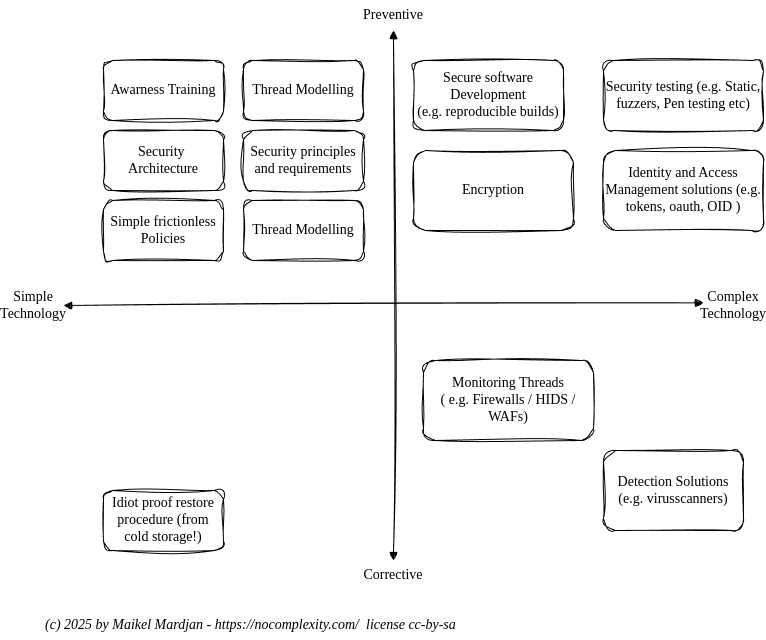
Before: images/shift_left_simplifysecurity.png, a diagram exported from draw.io (nocomplexity/simplifysecurity). Source tidied: cells renumbered, new cells last; positions are measured from the earlier drawing's top-left corner, leaving out a move shared by most shapes. The source it was exported from:
```xml
<mxGraphModel>
  <root>
    <mxCell id="0" />
    <mxCell id="1" parent="0" />
    <mxCell id="2" style="endArrow=block;html=1;rounded=0;endFill=1;startArrow=block;startFill=1;fontFamily=Comic Sans MS;fontSize=14;sketch=1;curveFitting=1;jiggle=2;" parent="1" edge="1">
      <mxGeometry relative="1" as="geometry">
        <mxPoint x="390" y="560" as="sourcePoint" />
        <mxPoint x="390" y="30" as="targetPoint" />
      </mxGeometry>
    </mxCell>
    <mxCell id="3" style="endArrow=block;html=1;rounded=0;endFill=1;startArrow=block;startFill=1;fontFamily=Comic Sans MS;fontSize=14;sketch=1;curveFitting=1;jiggle=2;" parent="1" edge="1">
      <mxGeometry relative="1" as="geometry">
        <mxPoint x="60" y="305" as="sourcePoint" />
        <mxPoint x="700" y="302.3" as="targetPoint" />
      </mxGeometry>
    </mxCell>
    <mxCell id="4" value="Simple Technology" style="text;html=1;align=center;verticalAlign=middle;whiteSpace=wrap;rounded=0;fontFamily=Comic Sans MS;fontSize=14;sketch=1;curveFitting=1;jiggle=2;" parent="1" vertex="1">
      <mxGeometry y="290" width="60" height="30" as="geometry" />
    </mxCell>
    <mxCell id="5" value="Complex Technology" style="text;html=1;align=center;verticalAlign=middle;whiteSpace=wrap;rounded=0;fontFamily=Comic Sans MS;fontSize=14;sketch=1;curveFitting=1;jiggle=2;" parent="1" vertex="1">
      <mxGeometry x="700" y="290" width="60" height="30" as="geometry" />
    </mxCell>
    <mxCell id="6" value="Preventive" style="text;html=1;align=center;verticalAlign=middle;whiteSpace=wrap;rounded=0;fontFamily=Comic Sans MS;fontSize=14;sketch=1;curveFitting=1;jiggle=2;" parent="1" vertex="1">
      <mxGeometry x="320" width="140" height="30" as="geometry" />
    </mxCell>
    <mxCell id="7" value="&lt;font style=&quot;font-size: 14px;&quot;&gt;&lt;i&gt;(c) 2025 by Maikel Mardjan -&amp;nbsp;https://nocomplexity.com/&amp;nbsp; license cc-by-sa&amp;nbsp;&lt;/i&gt;&lt;/font&gt;" style="text;html=1;align=left;verticalAlign=middle;whiteSpace=wrap;rounded=0;fontFamily=Comic Sans MS;" parent="1" vertex="1">
      <mxGeometry x="40" y="610" width="500" height="30" as="geometry" />
    </mxCell>
    <mxCell id="8" value="Security&amp;nbsp;&lt;div&gt;Architecture&lt;/div&gt;" style="rounded=1;whiteSpace=wrap;html=1;fontFamily=Comic Sans MS;fontSize=14;sketch=1;curveFitting=1;jiggle=2;" parent="1" vertex="1">
      <mxGeometry x="100" y="130" width="120" height="60" as="geometry" />
    </mxCell>
    <mxCell id="9" value="Monitoring Threads&lt;div&gt;( e.g. Firewalls / HIDS / WAFs)&lt;/div&gt;" style="rounded=1;whiteSpace=wrap;html=1;fontFamily=Comic Sans MS;fontSize=14;sketch=1;curveFitting=1;jiggle=2;" parent="1" vertex="1">
      <mxGeometry x="420" y="360" width="170" height="80" as="geometry" />
    </mxCell>
    <mxCell id="10" value="Detection Solutions&lt;div&gt;(e.g. virusscanners)&lt;/div&gt;" style="rounded=1;whiteSpace=wrap;html=1;fontFamily=Comic Sans MS;fontSize=14;sketch=1;curveFitting=1;jiggle=2;" parent="1" vertex="1">
      <mxGeometry x="600" y="450" width="140" height="80" as="geometry" />
    </mxCell>
    <mxCell id="11" value="Awarness Training" style="rounded=1;whiteSpace=wrap;html=1;fontFamily=Comic Sans MS;fontSize=14;sketch=1;curveFitting=1;jiggle=2;" parent="1" vertex="1">
      <mxGeometry x="100" y="60" width="120" height="60" as="geometry" />
    </mxCell>
    <mxCell id="12" value="Simple frictionless Policies" style="rounded=1;whiteSpace=wrap;html=1;fontFamily=Comic Sans MS;fontSize=14;sketch=1;curveFitting=1;jiggle=2;" parent="1" vertex="1">
      <mxGeometry x="100" y="200" width="120" height="60" as="geometry" />
    </mxCell>
    <mxCell id="13" value="Thread Modelling" style="rounded=1;whiteSpace=wrap;html=1;fontFamily=Comic Sans MS;fontSize=14;sketch=1;curveFitting=1;jiggle=2;" parent="1" vertex="1">
      <mxGeometry x="240" y="60" width="120" height="60" as="geometry" />
    </mxCell>
    <mxCell id="14" value="Corrective" style="text;html=1;align=center;verticalAlign=middle;whiteSpace=wrap;rounded=0;fontFamily=Comic Sans MS;fontSize=14;sketch=1;curveFitting=1;jiggle=2;" parent="1" vertex="1">
      <mxGeometry x="320" y="560" width="140" height="30" as="geometry" />
    </mxCell>
    <mxCell id="15" value="Secure software Development&lt;div&gt;(e.g. reproducible builds)&lt;/div&gt;" style="rounded=1;whiteSpace=wrap;html=1;fontFamily=Comic Sans MS;fontSize=14;sketch=1;curveFitting=1;jiggle=2;" parent="1" vertex="1">
      <mxGeometry x="410" y="60" width="150" height="70" as="geometry" />
    </mxCell>
    <mxCell id="16" value="Idiot proof restore procedure (from cold storage!)" style="rounded=1;whiteSpace=wrap;html=1;fontFamily=Comic Sans MS;fontSize=14;sketch=1;curveFitting=1;jiggle=2;" parent="1" vertex="1">
      <mxGeometry x="100" y="490" width="120" height="60" as="geometry" />
    </mxCell>
    <mxCell id="17" value="Encryption" style="rounded=1;whiteSpace=wrap;html=1;fontFamily=Comic Sans MS;fontSize=14;sketch=1;curveFitting=1;jiggle=2;" parent="1" vertex="1">
      <mxGeometry x="410" y="150" width="160" height="80" as="geometry" />
    </mxCell>
    <mxCell id="18" value="Identity and Access Management solutions (e.g. tokens, oauth, OID )" style="rounded=1;whiteSpace=wrap;html=1;fontFamily=Comic Sans MS;fontSize=14;sketch=1;curveFitting=1;jiggle=2;" parent="1" vertex="1">
      <mxGeometry x="600" y="150" width="160" height="80" as="geometry" />
    </mxCell>
    <mxCell id="19" value="Security principles and requirements" style="rounded=1;whiteSpace=wrap;html=1;fontFamily=Comic Sans MS;fontSize=14;sketch=1;curveFitting=1;jiggle=2;" parent="1" vertex="1">
      <mxGeometry x="240" y="130" width="120" height="60" as="geometry" />
    </mxCell>
    <mxCell id="20" value="Thread Modelling" style="rounded=1;whiteSpace=wrap;html=1;fontFamily=Comic Sans MS;fontSize=14;sketch=1;curveFitting=1;jiggle=2;" parent="1" vertex="1">
      <mxGeometry x="240" y="200" width="120" height="60" as="geometry" />
    </mxCell>
    <mxCell id="21" value="Security testing (e.g. Static, fuzzers, Pen testing etc)" style="rounded=1;whiteSpace=wrap;html=1;fontFamily=Comic Sans MS;fontSize=14;sketch=1;curveFitting=1;jiggle=2;" parent="1" vertex="1">
      <mxGeometry x="600" y="60" width="160" height="70" as="geometry" />
    </mxCell>
  </root>
</mxGraphModel>
```
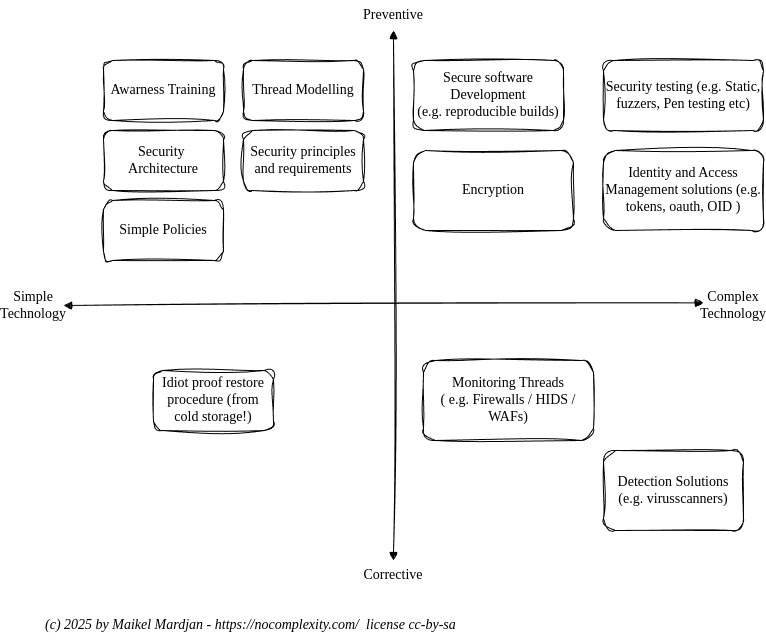
Later version of the same file.

Change to the diagram source:
```diff
@@ -38,7 +38,7 @@
     <mxCell id="11" value="Awarness Training" style="rounded=1;whiteSpace=wrap;html=1;fontFamily=Comic Sans MS;fontSize=14;sketch=1;curveFitting=1;jiggle=2;" parent="1" vertex="1">
       <mxGeometry x="100" y="60" width="120" height="60" as="geometry" />
     </mxCell>
-    <mxCell id="12" value="Simple frictionless Policies" style="rounded=1;whiteSpace=wrap;html=1;fontFamily=Comic Sans MS;fontSize=14;sketch=1;curveFitting=1;jiggle=2;" parent="1" vertex="1">
+    <mxCell id="12" value="Simple Policies" style="rounded=1;whiteSpace=wrap;html=1;fontFamily=Comic Sans MS;fontSize=14;sketch=1;curveFitting=1;jiggle=2;" parent="1" vertex="1">
       <mxGeometry x="100" y="200" width="120" height="60" as="geometry" />
     </mxCell>
     <mxCell id="13" value="Thread Modelling" style="rounded=1;whiteSpace=wrap;html=1;fontFamily=Comic Sans MS;fontSize=14;sketch=1;curveFitting=1;jiggle=2;" parent="1" vertex="1">
@@ -51,7 +51,7 @@
       <mxGeometry x="410" y="60" width="150" height="70" as="geometry" />
     </mxCell>
     <mxCell id="16" value="Idiot proof restore procedure (from cold storage!)" style="rounded=1;whiteSpace=wrap;html=1;fontFamily=Comic Sans MS;fontSize=14;sketch=1;curveFitting=1;jiggle=2;" parent="1" vertex="1">
-      <mxGeometry x="100" y="490" width="120" height="60" as="geometry" />
+      <mxGeometry x="150" y="370" width="120" height="60" as="geometry" />
     </mxCell>
     <mxCell id="17" value="Encryption" style="rounded=1;whiteSpace=wrap;html=1;fontFamily=Comic Sans MS;fontSize=14;sketch=1;curveFitting=1;jiggle=2;" parent="1" vertex="1">
       <mxGeometry x="410" y="150" width="160" height="80" as="geometry" />
@@ -62,9 +62,6 @@
     <mxCell id="19" value="Security principles and requirements" style="rounded=1;whiteSpace=wrap;html=1;fontFamily=Comic Sans MS;fontSize=14;sketch=1;curveFitting=1;jiggle=2;" parent="1" vertex="1">
       <mxGeometry x="240" y="130" width="120" height="60" as="geometry" />
     </mxCell>
-    <mxCell id="20" value="Thread Modelling" style="rounded=1;whiteSpace=wrap;html=1;fontFamily=Comic Sans MS;fontSize=14;sketch=1;curveFitting=1;jiggle=2;" parent="1" vertex="1">
-      <mxGeometry x="240" y="200" width="120" height="60" as="geometry" />
-    </mxCell>
     <mxCell id="21" value="Security testing (e.g. Static, fuzzers, Pen testing etc)" style="rounded=1;whiteSpace=wrap;html=1;fontFamily=Comic Sans MS;fontSize=14;sketch=1;curveFitting=1;jiggle=2;" parent="1" vertex="1">
       <mxGeometry x="600" y="60" width="160" height="70" as="geometry" />
     </mxCell>
```
